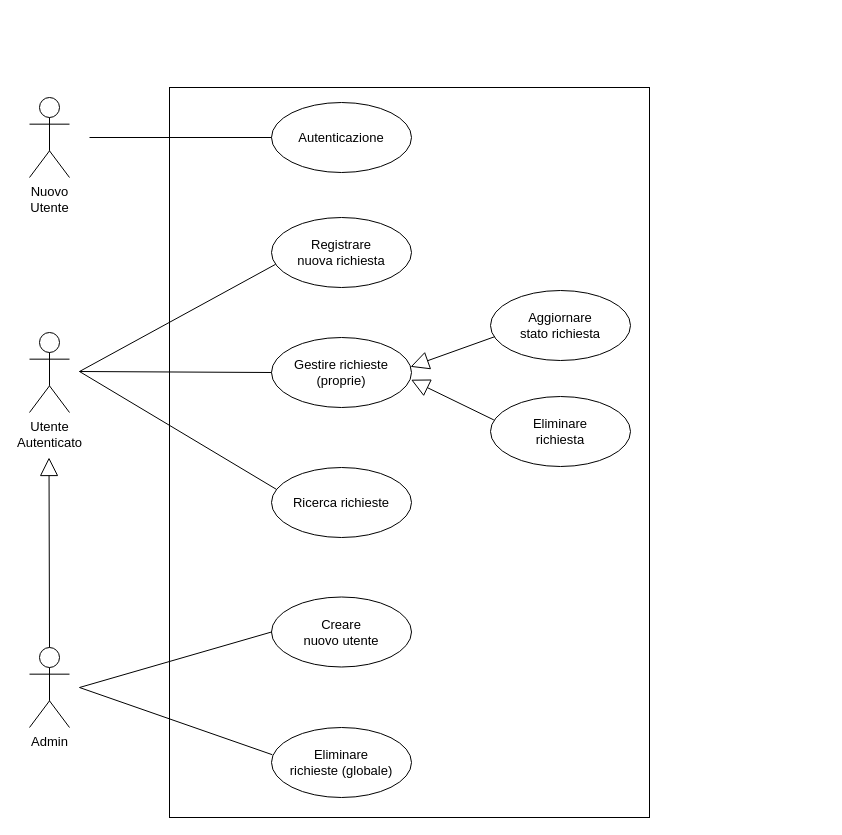
Before: Workspace/UCD.drawio in Gazen27/SWE-BugBoard, a draw.io diagram. Source tidied: cells renumbered, new cells numbered last; positions are measured from the earlier drawing's top-left corner, leaving out a move shared by most shapes. Both pictures are drawn from the tidied source at 100%, with x=0, y=0 at pixel (29, 87).
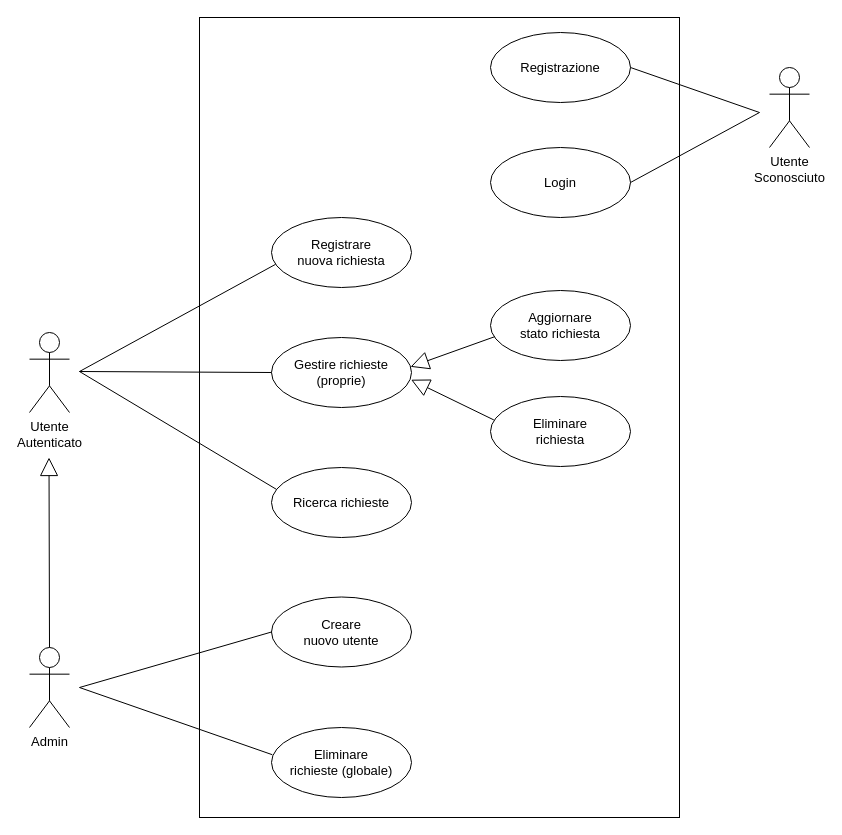
After the change.

What changed in the source:
```diff
@@
-    <mxCell id="2" style="rounded=0;whiteSpace=wrap;html=1;" parent="1" vertex="1">
-      <mxGeometry x="140" width="480" height="730" as="geometry" />
-    </mxCell>
+    <mxCell id="23" style="rounded=0;whiteSpace=wrap;html=1;fillColor=none;" parent="1" vertex="1">
+      <mxGeometry x="170" y="-70" width="480" height="800" as="geometry" />
+    </mxCell>
@@
-    <mxCell id="11" value="Nuovo&lt;div&gt;Utente&lt;/div&gt;" style="shape=umlActor;verticalLabelPosition=bottom;verticalAlign=top;html=1;fontSize=13;" parent="1" vertex="1">
-      <mxGeometry y="10" width="40" height="80" as="geometry" />
+    <mxCell id="11" value="Utente&lt;div&gt;Sconosciuto&lt;/div&gt;" style="shape=umlActor;verticalLabelPosition=bottom;verticalAlign=top;html=1;fontSize=13;" parent="1" vertex="1">
+      <mxGeometry x="740" y="-20" width="40" height="80" as="geometry" />
     </mxCell>
@@
-    <mxCell id="17" value="Autenticazione" style="ellipse;whiteSpace=wrap;html=1;fontSize=13;" parent="1" vertex="1">
-      <mxGeometry x="242" y="15" width="140" height="70" as="geometry" />
+    <mxCell id="17" value="Login" style="ellipse;whiteSpace=wrap;html=1;fontSize=13;" parent="1" vertex="1">
+      <mxGeometry x="461" y="60" width="140" height="70" as="geometry" />
     </mxCell>
-    <mxCell id="18" style="endArrow=none;html=1;rounded=0;entryX=0;entryY=0.5;entryDx=0;entryDy=0;" parent="1" edge="1" target="17">
+    <mxCell id="18" style="endArrow=none;html=1;rounded=0;entryX=1;entryY=0.5;entryDx=0;entryDy=0;" parent="1" edge="1" target="17">
       <mxGeometry relative="1" as="geometry">
-        <mxPoint x="60" y="50" as="sourcePoint" />
+        <mxPoint x="730" y="25" as="sourcePoint" />
       </mxGeometry>
     </mxCell>
@@
+    <mxCell id="24" value="Registrazione" style="ellipse;whiteSpace=wrap;html=1;fontSize=13;" parent="1" vertex="1">
+      <mxGeometry x="461" y="-55" width="140" height="70" as="geometry" />
+    </mxCell>
+    <mxCell id="25" style="endArrow=none;html=1;rounded=0;entryX=1;entryY=0.5;entryDx=0;entryDy=0;" parent="1" edge="1" target="24">
+      <mxGeometry relative="1" as="geometry">
+        <mxPoint x="730" y="25" as="sourcePoint" />
+      </mxGeometry>
+    </mxCell>
```
